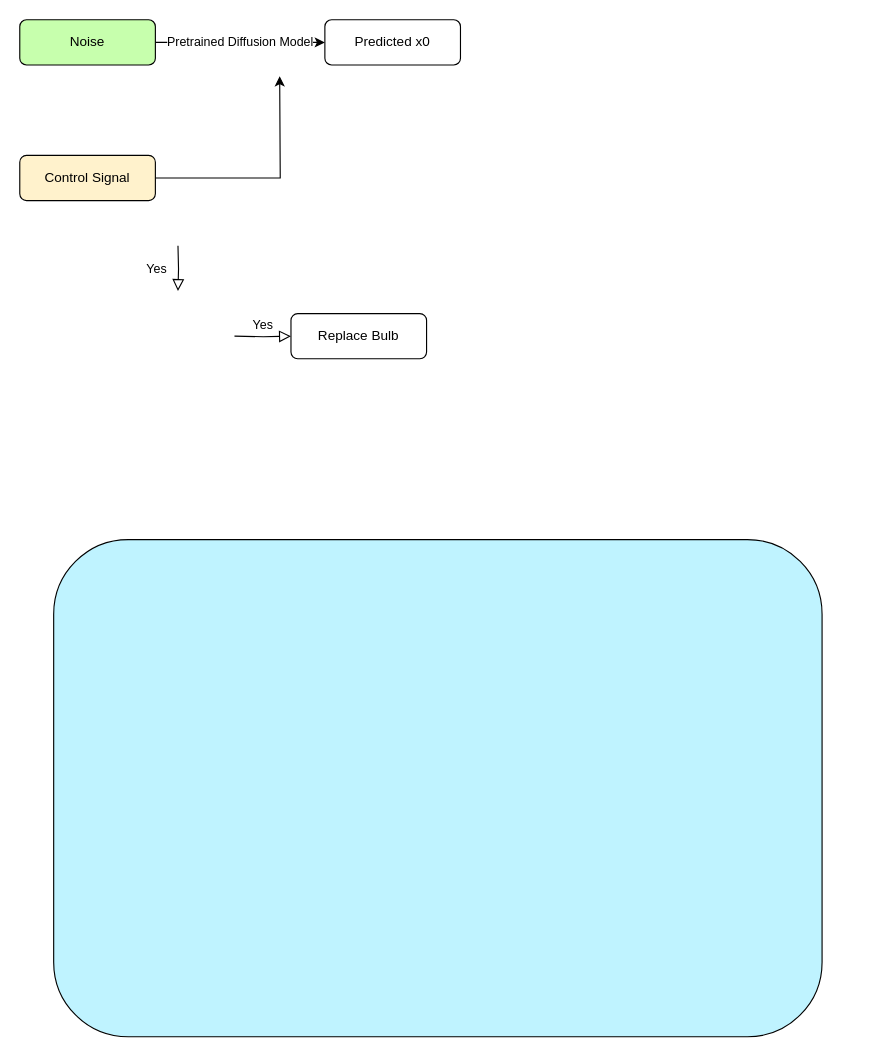
Before: 未命名绘图.drawio in DJ-Won/PRC, a draw.io diagram. Source tidied: cells renumbered, new cells numbered last; positions are measured from the earlier drawing's top-left corner, leaving out a move shared by most shapes. Both pictures are drawn from the tidied source at 113%, with x=0, y=0 at pixel (19, 19).
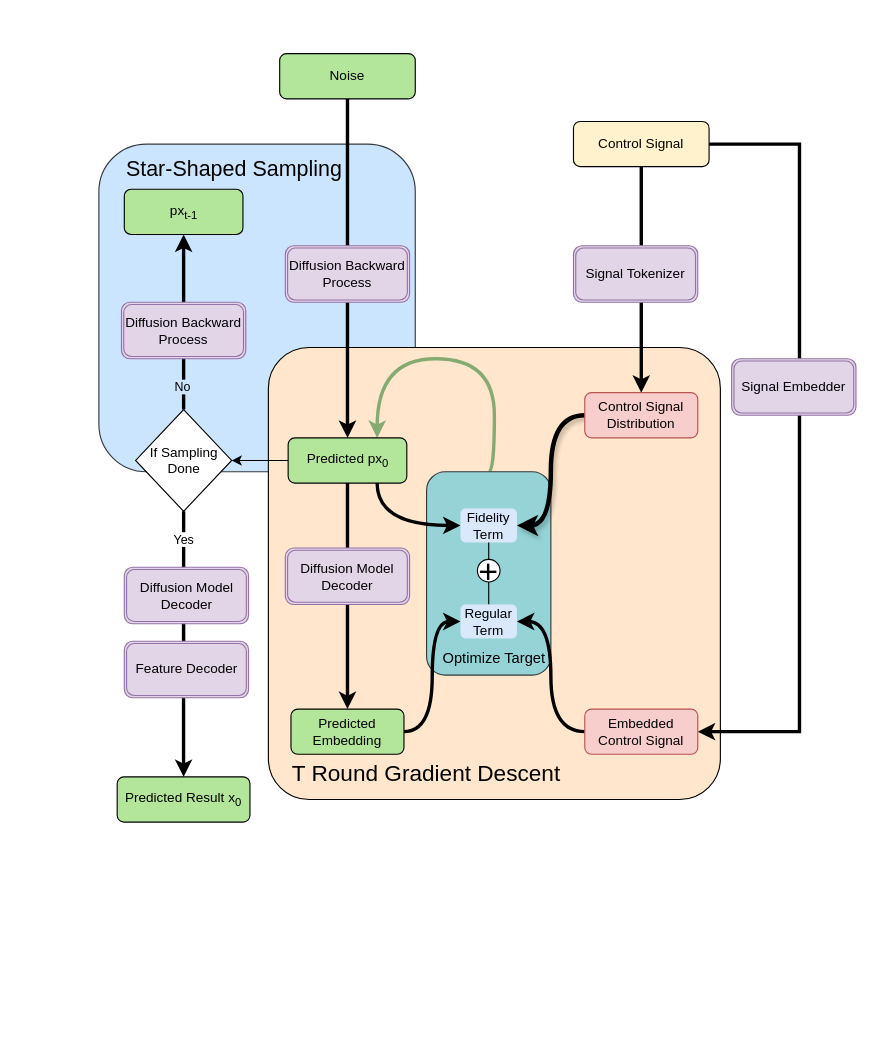
After the change.

Commit message (it also covers changes not shown here):
更新未命名绘图.drawio

Change to the diagram source:
```diff
@@
+    <mxCell id="11" style="rounded=1;whiteSpace=wrap;html=1;fillColor=#cce5ff;strokeColor=#36393d;" parent="1" vertex="1">
+      <mxGeometry x="70" y="110" width="280" height="290" as="geometry" />
+    </mxCell>
-    <mxCell id="2" style="rounded=1;whiteSpace=wrap;html=1;fillColor=#BFF3FF;" parent="1" vertex="1">
-      <mxGeometry x="30" y="460" width="680" height="440" as="geometry" />
+    <mxCell id="2" style="rounded=1;whiteSpace=wrap;html=1;fillColor=#FFE6CC;arcSize=9;" parent="1" vertex="1">
+      <mxGeometry x="220" y="290" width="400" height="400" as="geometry" />
     </mxCell>
-    <mxCell id="3" style="edgeStyle=orthogonalEdgeStyle;rounded=0;jettySize=auto;html=1;exitX=1;exitY=0.5;exitDx=0;exitDy=0;" parent="1" edge="1" source="4">
-      <mxGeometry relative="1" as="geometry">
-        <mxPoint x="230" y="50" as="targetPoint" />
-      </mxGeometry>
-    </mxCell>
+    <mxCell id="12" style="edgeStyle=orthogonalEdgeStyle;rounded=0;jettySize=auto;html=1;exitX=0.5;exitY=0;exitDx=0;exitDy=0;entryX=0;entryY=0.25;entryDx=0;entryDy=0;curved=1;strokeWidth=3;fillColor=#cdeb8b;strokeColor=#85AB73;" parent="1" edge="1" source="13" target="6">
+      <mxGeometry relative="1" as="geometry">
+        <Array as="points">
+          <mxPoint x="420" y="400" />
+          <mxPoint x="420" y="300" />
+          <mxPoint x="316" y="300" />
+        </Array>
+      </mxGeometry>
+    </mxCell>
+    <mxCell id="13" style="rounded=1;whiteSpace=wrap;html=1;fillColor=#95D3D6;strokeColor=#36393d;" parent="1" vertex="1">
+      <mxGeometry x="360" y="400" width="110" height="180" as="geometry" />
+    </mxCell>
+    <mxCell id="14" style="edgeStyle=orthogonalEdgeStyle;rounded=0;jettySize=auto;html=1;exitX=0.5;exitY=1;exitDx=0;exitDy=0;entryX=0.5;entryY=0;entryDx=0;entryDy=0;strokeWidth=3;" parent="1" edge="1" source="4" target="24">
+      <mxGeometry relative="1" as="geometry" />
+    </mxCell>
+    <mxCell id="15" style="edgeStyle=orthogonalEdgeStyle;rounded=0;jettySize=auto;html=1;exitX=1;exitY=0.5;exitDx=0;exitDy=0;entryX=1;entryY=0.5;entryDx=0;entryDy=0;strokeWidth=3;" parent="1" edge="1" source="4" target="22">
+      <mxGeometry relative="1" as="geometry">
+        <Array as="points">
+          <mxPoint x="690" y="110" />
+          <mxPoint x="690" y="630" />
+        </Array>
+      </mxGeometry>
+    </mxCell>
-    <mxCell id="4" value="Control Signal" style="rounded=1;whiteSpace=wrap;html=1;fontSize=12;glass=0;strokeWidth=1;shadow=0;fillColor=#FFF2CC;" parent="1" vertex="1">
-      <mxGeometry y="120" width="120" height="40" as="geometry" />
+    <mxCell id="4" value="Control Signal" style="rounded=1;whiteSpace=wrap;html=1;fontSize=12;glass=0;strokeWidth=1;shadow=0;fillColor=#FFF2CC;strokeColor=default;" parent="1" vertex="1">
+      <mxGeometry x="490" y="90" width="120" height="40" as="geometry" />
     </mxCell>
-    <mxCell id="5" value="Yes" style="rounded=0;html=1;jettySize=auto;orthogonalLoop=1;fontSize=11;endArrow=block;endFill=0;endSize=8;strokeWidth=1;shadow=0;labelBackgroundColor=none;edgeStyle=orthogonalEdgeStyle;" parent="1" edge="1">
-      <mxGeometry y="20" relative="1" as="geometry">
-        <mxPoint x="140" y="200" as="sourcePoint" />
-        <mxPoint x="140" y="240" as="targetPoint" />
-      </mxGeometry>
-    </mxCell>
+    <mxCell id="16" style="edgeStyle=orthogonalEdgeStyle;rounded=0;jettySize=auto;html=1;exitX=1;exitY=0.5;exitDx=0;exitDy=0;strokeWidth=3;" parent="1" edge="1" source="6" target="26">
+      <mxGeometry relative="1" as="geometry" />
+    </mxCell>
+    <mxCell id="17" style="edgeStyle=orthogonalEdgeStyle;rounded=0;jettySize=auto;html=1;exitX=1;exitY=0.25;exitDx=0;exitDy=0;entryX=0;entryY=0.5;entryDx=0;entryDy=0;curved=1;strokeWidth=3;" parent="1" edge="1" source="6" target="28">
+      <mxGeometry relative="1" as="geometry" />
+    </mxCell>
+    <mxCell id="18" value="Yes" style="edgeStyle=orthogonalEdgeStyle;rounded=0;jettySize=auto;html=1;exitX=0.5;exitY=1;exitDx=0;exitDy=0;strokeWidth=3;entryX=0;entryY=0.5;entryDx=0;entryDy=0;" parent="1" edge="1" source="42" target="46">
+      <mxGeometry x="-0.79" relative="1" as="geometry" />
+    </mxCell>
+    <mxCell id="19" style="edgeStyle=orthogonalEdgeStyle;rounded=0;jettySize=auto;html=1;exitX=0.5;exitY=1;exitDx=0;exitDy=0;entryX=1;entryY=0.5;entryDx=0;entryDy=0;" parent="1" edge="1" source="6" target="42">
+      <mxGeometry relative="1" as="geometry" />
+    </mxCell>
-    <mxCell id="6" value="Predicted x0" style="rounded=1;whiteSpace=wrap;html=1;fontSize=12;glass=0;strokeWidth=1;shadow=0;" parent="1" vertex="1">
-      <mxGeometry x="270" width="120" height="40" as="geometry" />
+    <mxCell id="6" value="Predicted px&lt;sub&gt;0&lt;/sub&gt;" style="rounded=1;whiteSpace=wrap;html=1;fontSize=12;glass=0;strokeWidth=1;shadow=0;fillColor=#B3E69B;direction=south;strokeColor=default;" parent="1" vertex="1">
+      <mxGeometry x="237.5" y="370" width="105" height="40" as="geometry" />
     </mxCell>
-    <mxCell id="7" value="Yes" style="edgeStyle=orthogonalEdgeStyle;rounded=0;html=1;jettySize=auto;fontSize=11;endArrow=block;endFill=0;endSize=8;strokeWidth=1;shadow=0;labelBackgroundColor=none;" parent="1" edge="1" target="10">
-      <mxGeometry y="10" relative="1" as="geometry">
-        <mxPoint x="190" y="280" as="sourcePoint" />
-      </mxGeometry>
-    </mxCell>
-    <mxCell id="8" value="Pretrained Diffusion Model" style="edgeStyle=orthogonalEdgeStyle;rounded=0;orthogonalLoop=1;jettySize=auto;html=1;exitX=1;exitY=0.5;exitDx=0;exitDy=0;" parent="1" edge="1">
-      <mxGeometry relative="1" as="geometry">
-        <mxPoint x="120" y="20" as="sourcePoint" />
-        <mxPoint x="270" y="20" as="targetPoint" />
-      </mxGeometry>
-    </mxCell>
+    <mxCell id="20" style="edgeStyle=orthogonalEdgeStyle;rounded=0;jettySize=auto;html=1;exitX=0.5;exitY=1;exitDx=0;exitDy=0;entryX=0;entryY=0.5;entryDx=0;entryDy=0;strokeWidth=3;" parent="1" edge="1" source="9" target="6">
+      <mxGeometry relative="1" as="geometry" />
+    </mxCell>
-    <mxCell id="9" value="Noise" style="rounded=1;whiteSpace=wrap;html=1;fontSize=12;glass=0;strokeWidth=1;shadow=0;fillColor=#C7FFAD;" parent="1" vertex="1">
-      <mxGeometry width="120" height="40" as="geometry" />
+    <mxCell id="9" value="Noise" style="rounded=1;whiteSpace=wrap;html=1;fontSize=12;glass=0;strokeWidth=1;shadow=0;fillColor=#B3E69B;strokeColor=default;" parent="1" vertex="1">
+      <mxGeometry x="230" y="30" width="120" height="40" as="geometry" />
     </mxCell>
-    <mxCell id="10" value="Replace Bulb" style="rounded=1;whiteSpace=wrap;html=1;fontSize=12;glass=0;strokeWidth=1;shadow=0;" parent="1" vertex="1">
-      <mxGeometry x="240" y="260" width="120" height="40" as="geometry" />
-    </mxCell>
+    <mxCell id="21" style="edgeStyle=orthogonalEdgeStyle;rounded=0;jettySize=auto;html=1;exitX=0;exitY=0.5;exitDx=0;exitDy=0;entryX=1;entryY=0.5;entryDx=0;entryDy=0;curved=1;strokeWidth=3;" parent="1" edge="1" source="22" target="33">
+      <mxGeometry relative="1" as="geometry" />
+    </mxCell>
+    <mxCell id="22" value="&lt;div&gt;&lt;span style=&quot;background-color: transparent; color: light-dark(rgb(0, 0, 0), rgb(255, 255, 255));&quot;&gt;Embedded Control Signal&lt;/span&gt;&lt;/div&gt;" style="rounded=1;whiteSpace=wrap;html=1;fontSize=12;glass=0;strokeWidth=1;shadow=0;fillColor=#f8cecc;strokeColor=#B85450;" parent="1" vertex="1">
+      <mxGeometry x="500" y="610" width="100" height="40" as="geometry" />
+    </mxCell>
+    <mxCell id="23" style="edgeStyle=orthogonalEdgeStyle;rounded=0;jettySize=auto;html=1;exitX=0;exitY=0.5;exitDx=0;exitDy=0;entryX=1;entryY=0.5;entryDx=0;entryDy=0;curved=1;flowAnimation=0;shadow=1;strokeWidth=4;" parent="1" edge="1" source="24" target="28">
+      <mxGeometry relative="1" as="geometry" />
+    </mxCell>
+    <mxCell id="24" value="Control Signal&lt;div&gt;Distribution&lt;/div&gt;" style="rounded=1;whiteSpace=wrap;html=1;fontSize=12;glass=0;strokeWidth=1;shadow=0;fillColor=#f8cecc;strokeColor=#b85450;" parent="1" vertex="1">
+      <mxGeometry x="500" y="330" width="100" height="40" as="geometry" />
+    </mxCell>
+    <mxCell id="25" style="edgeStyle=orthogonalEdgeStyle;rounded=0;jettySize=auto;html=1;exitX=1;exitY=0.5;exitDx=0;exitDy=0;entryX=0;entryY=0.5;entryDx=0;entryDy=0;curved=1;strokeWidth=3;" parent="1" edge="1" source="26" target="33">
+      <mxGeometry relative="1" as="geometry" />
+    </mxCell>
+    <mxCell id="26" value="Predicted Embedding" style="rounded=1;whiteSpace=wrap;html=1;fontSize=12;glass=0;strokeWidth=1;shadow=0;fillColor=#B3E69B;strokeColor=default;" parent="1" vertex="1">
+      <mxGeometry x="240" y="610" width="100" height="40" as="geometry" />
+    </mxCell>
+    <mxCell id="27" style="edgeStyle=orthogonalEdgeStyle;rounded=0;jettySize=auto;html=1;exitX=0.5;exitY=1;exitDx=0;exitDy=0;entryX=0.5;entryY=0;entryDx=0;entryDy=0;endArrow=none;startFill=0;" parent="1" edge="1" source="37" target="33">
+      <mxGeometry relative="1" as="geometry" />
+    </mxCell>
+    <mxCell id="28" value="Fidelity Term" style="shape=ext;double=0;rounded=1;whiteSpace=wrap;html=1;fillColor=#dae8fc;strokeColor=none;" parent="1" vertex="1">
+      <mxGeometry x="390" y="432.5" width="50" height="30" as="geometry" />
+    </mxCell>
+    <mxCell id="29" value="Diffusion Backward Process" style="shape=ext;double=1;rounded=1;whiteSpace=wrap;html=1;fillColor=#e1d5e7;strokeColor=#9673a6;" parent="1" vertex="1">
+      <mxGeometry x="235" y="200" width="110" height="50" as="geometry" />
+    </mxCell>
+    <mxCell id="30" value="Signal Embedder" style="shape=ext;double=1;rounded=1;whiteSpace=wrap;html=1;fillColor=#e1d5e7;strokeColor=#9673a6;" parent="1" vertex="1">
+      <mxGeometry x="630" y="300" width="110" height="50" as="geometry" />
+    </mxCell>
+    <mxCell id="31" value="Diffusion Model Decoder" style="shape=ext;double=1;rounded=1;whiteSpace=wrap;html=1;fillColor=#e1d5e7;strokeColor=#9673a6;" parent="1" vertex="1">
+      <mxGeometry x="235" y="467.5" width="110" height="50" as="geometry" />
+    </mxCell>
+    <mxCell id="32" value="&lt;span style=&quot;color: rgb(0, 0, 0); float: none; display: inline !important;&quot;&gt;Signal Tokenizer&lt;/span&gt;" style="shape=ext;double=1;rounded=1;whiteSpace=wrap;html=1;fillColor=#e1d5e7;strokeColor=#9673a6;" parent="1" vertex="1">
+      <mxGeometry x="490" y="200" width="110" height="50" as="geometry" />
+    </mxCell>
+    <mxCell id="33" value="Regular Term" style="shape=ext;double=0;rounded=1;whiteSpace=wrap;html=1;fillColor=#dae8fc;strokeColor=none;" parent="1" vertex="1">
+      <mxGeometry x="390" y="517.5" width="50" height="30" as="geometry" />
+    </mxCell>
+    <mxCell id="34" value="T Round Gradient Descent" style="shape=table;startSize=0;childLayout=tableLayout;fontSize=20;fillColor=none;strokeColor=none;" parent="1" vertex="1">
+      <mxGeometry x="330" y="635" width="60" height="60" as="geometry" />
+    </mxCell>
+    <mxCell id="35" value="Optimize Target" style="shape=table;startSize=0;childLayout=tableLayout;fontSize=13;fillColor=none;strokeColor=none;" parent="1" vertex="1">
+      <mxGeometry x="390" y="534.5" width="60" height="60" as="geometry" />
+    </mxCell>
+    <mxCell id="36" style="edgeStyle=orthogonalEdgeStyle;rounded=0;jettySize=auto;html=1;exitX=0.5;exitY=1;exitDx=0;exitDy=0;entryX=0.5;entryY=0;entryDx=0;entryDy=0;endArrow=none;startFill=0;" parent="1" edge="1" source="28" target="37">
+      <mxGeometry relative="1" as="geometry" />
+    </mxCell>
+    <mxCell id="37" value="&lt;font style=&quot;font-size: 30px;&quot;&gt;+&lt;/font&gt;" style="ellipse;whiteSpace=wrap;html=1;" parent="1" vertex="1">
+      <mxGeometry x="405" y="477.5" width="20" height="20" as="geometry" />
+    </mxCell>
+    <mxCell id="38" value="px&lt;sub&gt;t-1&lt;/sub&gt;" style="rounded=1;whiteSpace=wrap;html=1;fontSize=12;glass=0;strokeWidth=1;shadow=0;fillColor=#B3E69B;direction=south;strokeColor=default;" parent="1" vertex="1">
+      <mxGeometry x="92.5" y="150" width="105" height="40" as="geometry" />
+    </mxCell>
+    <mxCell id="39" value="Star-Shaped Sampling" style="shape=table;startSize=0;childLayout=tableLayout;fontSize=19;fillColor=none;strokeColor=none;" parent="1" vertex="1">
+      <mxGeometry x="160" y="100" width="60" height="60" as="geometry" />
+    </mxCell>
+    <mxCell id="40" style="edgeStyle=orthogonalEdgeStyle;rounded=0;jettySize=auto;html=1;exitX=0.5;exitY=0;exitDx=0;exitDy=0;entryX=1;entryY=0.5;entryDx=0;entryDy=0;strokeWidth=3;" parent="1" edge="1" source="42" target="38">
+      <mxGeometry relative="1" as="geometry" />
+    </mxCell>
+    <mxCell id="41" value="No" style="edgeLabel;html=1;align=center;verticalAlign=middle;labelBackgroundColor=#CCE5FF;" parent="40" vertex="1">
+      <mxGeometry x="-0.73" y="2" relative="1" as="geometry" />
+    </mxCell>
+    <mxCell id="42" value="If Sampling Done" style="rhombus;whiteSpace=wrap;html=1;" parent="1" vertex="1">
+      <mxGeometry x="102.5" y="345" width="85" height="90" as="geometry" />
+    </mxCell>
+    <mxCell id="43" value="Diffusion Backward Process" style="shape=ext;double=1;rounded=1;whiteSpace=wrap;html=1;fillColor=#e1d5e7;strokeColor=#9673a6;" parent="1" vertex="1">
+      <mxGeometry x="90" y="250" width="110" height="50" as="geometry" />
+    </mxCell>
+    <mxCell id="44" value="Diffusion Model Decoder" style="shape=ext;double=1;rounded=1;whiteSpace=wrap;html=1;fillColor=#e1d5e7;strokeColor=#9673a6;" parent="1" vertex="1">
+      <mxGeometry x="92.5" y="484.5" width="110" height="50" as="geometry" />
+    </mxCell>
+    <mxCell id="45" value="Feature Decoder" style="shape=ext;double=1;rounded=1;whiteSpace=wrap;html=1;fillColor=#e1d5e7;strokeColor=#9673a6;" parent="1" vertex="1">
+      <mxGeometry x="92.5" y="550" width="110" height="50" as="geometry" />
+    </mxCell>
+    <mxCell id="46" value="Predicted Result x&lt;sub&gt;0&lt;/sub&gt;" style="rounded=1;whiteSpace=wrap;html=1;fontSize=12;glass=0;strokeWidth=1;shadow=0;fillColor=#B3E69B;direction=south;strokeColor=default;" parent="1" vertex="1">
+      <mxGeometry x="86.2" y="670" width="117.5" height="40" as="geometry" />
+    </mxCell>
```
